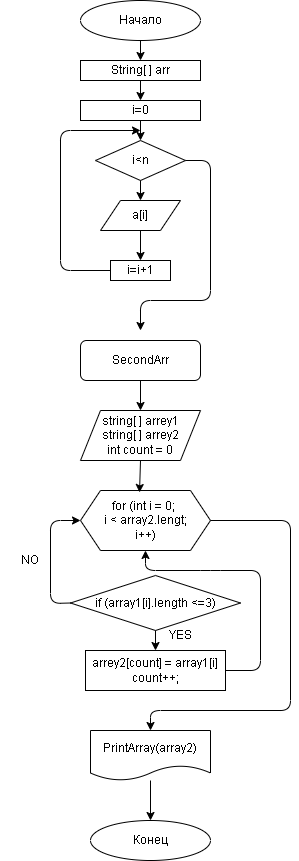
Earlier version of the draw.io export stringArray.drawio.png (RuslanSakaev/FINALTASK). Source tidied: cells renumbered, new cells last; positions are measured from the earlier drawing's top-left corner, leaving out a move shared by most shapes. Its diagram source:
```xml
<mxGraphModel background="#ffffff">
  <root>
    <mxCell id="0" />
    <mxCell id="1" parent="0" />
    <mxCell id="2" style="ellipse;whiteSpace=wrap;html=1;gradientColor=#ffffff;fillColor=none;strokeColor=#000000;" parent="1" vertex="1">
      <mxGeometry x="80" width="120" height="40" as="geometry" />
    </mxCell>
    <mxCell id="3" value="&lt;font color=&quot;#000000&quot;&gt;Начало&lt;/font&gt;" style="text;html=1;strokeColor=none;fillColor=none;align=center;verticalAlign=middle;whiteSpace=wrap;rounded=0;" parent="1" vertex="1">
      <mxGeometry x="110" y="5" width="60" height="30" as="geometry" />
    </mxCell>
    <mxCell id="4" value="String[ ] arr" style="rounded=0;whiteSpace=wrap;html=1;fontColor=#000000;strokeColor=#000000;fillColor=none;gradientColor=#ffffff;" parent="1" vertex="1">
      <mxGeometry x="80" y="60" width="120" height="20" as="geometry" />
    </mxCell>
    <mxCell id="5" style="endArrow=classic;html=1;fontColor=#000000;strokeColor=#000000;exitX=0.5;exitY=1;exitDx=0;exitDy=0;entryX=0.5;entryY=0;entryDx=0;entryDy=0;" parent="1" edge="1" source="2" target="4">
      <mxGeometry relative="1" as="geometry" />
    </mxCell>
    <mxCell id="6" style="edgeStyle=none;html=1;exitX=0.5;exitY=1;exitDx=0;exitDy=0;entryX=0.5;entryY=0;entryDx=0;entryDy=0;fontColor=#000000;strokeColor=#000000;" parent="1" edge="1" source="7" target="13">
      <mxGeometry relative="1" as="geometry" />
    </mxCell>
    <mxCell id="7" value="i=0" style="rounded=0;whiteSpace=wrap;html=1;fontColor=#000000;strokeColor=#000000;fillColor=none;gradientColor=#ffffff;" parent="1" vertex="1">
      <mxGeometry x="80" y="100" width="120" height="20" as="geometry" />
    </mxCell>
    <mxCell id="8" style="endArrow=classic;html=1;fontColor=#000000;strokeColor=#000000;entryX=0.5;entryY=0;entryDx=0;entryDy=0;exitX=0.5;exitY=1;exitDx=0;exitDy=0;" parent="1" edge="1" source="4" target="7">
      <mxGeometry relative="1" as="geometry" />
    </mxCell>
    <mxCell id="9" style="edgeStyle=none;html=1;exitX=0.5;exitY=1;exitDx=0;exitDy=0;entryX=0.5;entryY=0;entryDx=0;entryDy=0;fontColor=#000000;strokeColor=#000000;" parent="1" edge="1" source="10" target="15">
      <mxGeometry relative="1" as="geometry" />
    </mxCell>
    <mxCell id="10" value="a[i]" style="shape=parallelogram;perimeter=parallelogramPerimeter;whiteSpace=wrap;html=1;fixedSize=1;fontColor=#000000;strokeColor=#000000;fillColor=none;gradientColor=#ffffff;" parent="1" vertex="1">
      <mxGeometry x="100" y="200" width="80" height="30" as="geometry" />
    </mxCell>
    <mxCell id="11" style="edgeStyle=none;html=1;exitX=0.5;exitY=1;exitDx=0;exitDy=0;entryX=0.5;entryY=0;entryDx=0;entryDy=0;fontColor=#000000;strokeColor=#000000;" parent="1" edge="1" source="13" target="10">
      <mxGeometry relative="1" as="geometry" />
    </mxCell>
    <mxCell id="12" style="edgeStyle=none;html=1;exitX=1;exitY=0.5;exitDx=0;exitDy=0;fontColor=#000000;strokeColor=#000000;" parent="1" edge="1" source="13">
      <mxGeometry relative="1" as="geometry">
        <mxPoint x="140" y="330" as="targetPoint" />
        <Array as="points">
          <mxPoint x="210" y="160" />
          <mxPoint x="210" y="300" />
          <mxPoint x="140" y="300" />
        </Array>
      </mxGeometry>
    </mxCell>
    <mxCell id="13" value="i&amp;lt;n" style="rhombus;whiteSpace=wrap;html=1;fontColor=#000000;strokeColor=#000000;fillColor=none;gradientColor=#ffffff;" parent="1" vertex="1">
      <mxGeometry x="95" y="140" width="90" height="40" as="geometry" />
    </mxCell>
    <mxCell id="14" style="edgeStyle=none;html=1;exitX=0;exitY=0.5;exitDx=0;exitDy=0;fontColor=#000000;strokeColor=#000000;" parent="1" edge="1" source="15">
      <mxGeometry relative="1" as="geometry">
        <mxPoint x="140" y="130" as="targetPoint" />
        <Array as="points">
          <mxPoint x="60" y="270" />
          <mxPoint x="60" y="130" />
        </Array>
      </mxGeometry>
    </mxCell>
    <mxCell id="15" value="i=i+1" style="rounded=0;whiteSpace=wrap;html=1;fontColor=#000000;strokeColor=#000000;fillColor=none;gradientColor=#ffffff;" parent="1" vertex="1">
      <mxGeometry x="110" y="260" width="60" height="20" as="geometry" />
    </mxCell>
    <mxCell id="16" style="edgeStyle=none;html=1;exitX=0.5;exitY=1;exitDx=0;exitDy=0;entryX=0.5;entryY=0;entryDx=0;entryDy=0;fontColor=#000000;strokeColor=#000000;" parent="1" edge="1" source="17" target="19">
      <mxGeometry relative="1" as="geometry" />
    </mxCell>
    <mxCell id="17" value="SecondArr" style="rounded=1;whiteSpace=wrap;html=1;fontColor=#000000;strokeColor=#000000;fillColor=none;gradientColor=#ffffff;" parent="1" vertex="1">
      <mxGeometry x="80" y="340" width="120" height="40" as="geometry" />
    </mxCell>
    <mxCell id="18" style="edgeStyle=none;html=1;exitX=0.5;exitY=1;exitDx=0;exitDy=0;entryX=0.454;entryY=0.033;entryDx=0;entryDy=0;entryPerimeter=0;fontColor=#000000;strokeColor=#000000;" parent="1" edge="1" source="19" target="21">
      <mxGeometry relative="1" as="geometry" />
    </mxCell>
    <mxCell id="19" value="string[ ] arrey1&lt;br&gt;string[ ] arrey2&lt;br&gt;int count = 0" style="shape=parallelogram;perimeter=parallelogramPerimeter;whiteSpace=wrap;html=1;fixedSize=1;fontColor=#000000;strokeColor=#000000;fillColor=none;gradientColor=#ffffff;" parent="1" vertex="1">
      <mxGeometry x="80" y="410" width="120" height="50" as="geometry" />
    </mxCell>
    <mxCell id="20" style="edgeStyle=none;html=1;exitX=1;exitY=0.5;exitDx=0;exitDy=0;fontColor=#000000;strokeColor=#000000;" parent="1" edge="1" source="21">
      <mxGeometry relative="1" as="geometry">
        <mxPoint x="150" y="730" as="targetPoint" />
        <Array as="points">
          <mxPoint x="290" y="520" />
          <mxPoint x="290" y="710" />
          <mxPoint x="150" y="710" />
        </Array>
      </mxGeometry>
    </mxCell>
    <mxCell id="21" value="for (int i = 0; &lt;br&gt;i &amp;lt; array2.lengt;&lt;br&gt;i++)" style="shape=hexagon;perimeter=hexagonPerimeter2;whiteSpace=wrap;html=1;fixedSize=1;fontColor=#000000;strokeColor=#000000;fillColor=none;gradientColor=#ffffff;" parent="1" vertex="1">
      <mxGeometry x="80" y="490" width="130" height="60" as="geometry" />
    </mxCell>
    <mxCell id="22" style="edgeStyle=none;html=1;exitX=0;exitY=0.5;exitDx=0;exitDy=0;fontColor=#000000;strokeColor=#000000;entryX=0;entryY=0.5;entryDx=0;entryDy=0;" parent="1" edge="1" source="24" target="21">
      <mxGeometry relative="1" as="geometry">
        <Array as="points">
          <mxPoint x="50" y="603" />
          <mxPoint x="50" y="520" />
        </Array>
      </mxGeometry>
    </mxCell>
    <mxCell id="23" style="edgeStyle=none;html=1;exitX=0.5;exitY=1;exitDx=0;exitDy=0;entryX=0.5;entryY=0;entryDx=0;entryDy=0;fontColor=#000000;strokeColor=#000000;" parent="1" edge="1" source="24" target="26">
      <mxGeometry relative="1" as="geometry" />
    </mxCell>
    <mxCell id="24" value="if (array1[i].length &amp;lt;=3)" style="rhombus;whiteSpace=wrap;html=1;fontColor=#000000;strokeColor=#000000;fillColor=none;gradientColor=#ffffff;" parent="1" vertex="1">
      <mxGeometry x="70" y="575" width="170" height="55" as="geometry" />
    </mxCell>
    <mxCell id="25" style="edgeStyle=none;html=1;exitX=1;exitY=0.5;exitDx=0;exitDy=0;fontColor=#000000;strokeColor=#000000;entryX=0.5;entryY=1;entryDx=0;entryDy=0;" parent="1" edge="1" source="26" target="21">
      <mxGeometry relative="1" as="geometry">
        <Array as="points">
          <mxPoint x="260" y="670" />
          <mxPoint x="260" y="570" />
          <mxPoint x="210" y="570" />
          <mxPoint x="145" y="570" />
        </Array>
      </mxGeometry>
    </mxCell>
    <mxCell id="26" value="arrey2[count] = array1[i]&lt;br&gt;count++;" style="rounded=0;whiteSpace=wrap;html=1;fontColor=#000000;strokeColor=#000000;fillColor=none;gradientColor=#ffffff;" parent="1" vertex="1">
      <mxGeometry x="85" y="650" width="140" height="40" as="geometry" />
    </mxCell>
    <mxCell id="27" value="NO" style="text;html=1;strokeColor=none;fillColor=none;align=center;verticalAlign=middle;whiteSpace=wrap;rounded=0;fontColor=#000000;" parent="1" vertex="1">
      <mxGeometry y="545" width="60" height="30" as="geometry" />
    </mxCell>
    <mxCell id="28" value="YES" style="text;html=1;strokeColor=none;fillColor=none;align=center;verticalAlign=middle;whiteSpace=wrap;rounded=0;fontColor=#000000;" parent="1" vertex="1">
      <mxGeometry x="150" y="620" width="60" height="30" as="geometry" />
    </mxCell>
    <mxCell id="29" style="edgeStyle=none;html=1;fontColor=#000000;strokeColor=#000000;" parent="1" edge="1" source="30">
      <mxGeometry relative="1" as="geometry">
        <mxPoint x="150" y="820" as="targetPoint" />
      </mxGeometry>
    </mxCell>
    <mxCell id="30" value="PrintArray(array2)" style="shape=document;whiteSpace=wrap;html=1;boundedLbl=1;fontColor=#000000;strokeColor=#000000;fillColor=none;gradientColor=#ffffff;" parent="1" vertex="1">
      <mxGeometry x="90" y="730" width="120" height="50" as="geometry" />
    </mxCell>
    <mxCell id="31" value="Конец" style="ellipse;whiteSpace=wrap;html=1;fontColor=#000000;strokeColor=#000000;fillColor=none;gradientColor=#ffffff;" parent="1" vertex="1">
      <mxGeometry x="90" y="820" width="120" height="40" as="geometry" />
    </mxCell>
  </root>
</mxGraphModel>
```
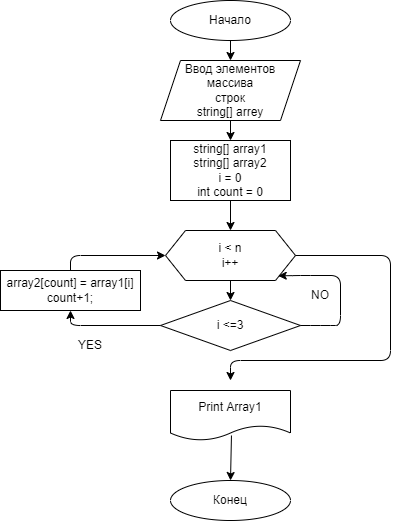
The same diagram one commit later.

Commit message:
Создал блок-схему

What changed in the source:
```diff
@@ -8,123 +8,81 @@
     <mxCell id="3" value="&lt;font color=&quot;#000000&quot;&gt;Начало&lt;/font&gt;" style="text;html=1;strokeColor=none;fillColor=none;align=center;verticalAlign=middle;whiteSpace=wrap;rounded=0;" parent="1" vertex="1">
       <mxGeometry x="110" y="5" width="60" height="30" as="geometry" />
     </mxCell>
-    <mxCell id="4" value="String[ ] arr" style="rounded=0;whiteSpace=wrap;html=1;fontColor=#000000;strokeColor=#000000;fillColor=none;gradientColor=#ffffff;" parent="1" vertex="1">
-      <mxGeometry x="80" y="60" width="120" height="20" as="geometry" />
-    </mxCell>
-    <mxCell id="5" style="endArrow=classic;html=1;fontColor=#000000;strokeColor=#000000;exitX=0.5;exitY=1;exitDx=0;exitDy=0;entryX=0.5;entryY=0;entryDx=0;entryDy=0;" parent="1" edge="1" source="2" target="4">
+    <mxCell id="5" style="endArrow=classic;html=1;fontColor=#000000;strokeColor=#000000;exitX=0.5;exitY=1;exitDx=0;exitDy=0;entryX=0.5;entryY=0;entryDx=0;entryDy=0;" parent="1" edge="1" source="2" target="37">
       <mxGeometry relative="1" as="geometry" />
     </mxCell>
-    <mxCell id="6" style="edgeStyle=none;html=1;exitX=0.5;exitY=1;exitDx=0;exitDy=0;entryX=0.5;entryY=0;entryDx=0;entryDy=0;fontColor=#000000;strokeColor=#000000;" parent="1" edge="1" source="7" target="13">
-      <mxGeometry relative="1" as="geometry" />
-    </mxCell>
-    <mxCell id="7" value="i=0" style="rounded=0;whiteSpace=wrap;html=1;fontColor=#000000;strokeColor=#000000;fillColor=none;gradientColor=#ffffff;" parent="1" vertex="1">
-      <mxGeometry x="80" y="100" width="120" height="20" as="geometry" />
-    </mxCell>
-    <mxCell id="8" style="endArrow=classic;html=1;fontColor=#000000;strokeColor=#000000;entryX=0.5;entryY=0;entryDx=0;entryDy=0;exitX=0.5;exitY=1;exitDx=0;exitDy=0;" parent="1" edge="1" source="4" target="7">
-      <mxGeometry relative="1" as="geometry" />
-    </mxCell>
-    <mxCell id="9" style="edgeStyle=none;html=1;exitX=0.5;exitY=1;exitDx=0;exitDy=0;entryX=0.5;entryY=0;entryDx=0;entryDy=0;fontColor=#000000;strokeColor=#000000;" parent="1" edge="1" source="10" target="15">
-      <mxGeometry relative="1" as="geometry" />
-    </mxCell>
-    <mxCell id="10" value="a[i]" style="shape=parallelogram;perimeter=parallelogramPerimeter;whiteSpace=wrap;html=1;fixedSize=1;fontColor=#000000;strokeColor=#000000;fillColor=none;gradientColor=#ffffff;" parent="1" vertex="1">
-      <mxGeometry x="100" y="200" width="80" height="30" as="geometry" />
-    </mxCell>
-    <mxCell id="11" style="edgeStyle=none;html=1;exitX=0.5;exitY=1;exitDx=0;exitDy=0;entryX=0.5;entryY=0;entryDx=0;entryDy=0;fontColor=#000000;strokeColor=#000000;" parent="1" edge="1" source="13" target="10">
-      <mxGeometry relative="1" as="geometry" />
-    </mxCell>
-    <mxCell id="12" style="edgeStyle=none;html=1;exitX=1;exitY=0.5;exitDx=0;exitDy=0;fontColor=#000000;strokeColor=#000000;" parent="1" edge="1" source="13">
-      <mxGeometry relative="1" as="geometry">
-        <mxPoint x="140" y="330" as="targetPoint" />
-        <Array as="points">
-          <mxPoint x="210" y="160" />
-          <mxPoint x="210" y="300" />
-          <mxPoint x="140" y="300" />
-        </Array>
-      </mxGeometry>
-    </mxCell>
-    <mxCell id="13" value="i&amp;lt;n" style="rhombus;whiteSpace=wrap;html=1;fontColor=#000000;strokeColor=#000000;fillColor=none;gradientColor=#ffffff;" parent="1" vertex="1">
-      <mxGeometry x="95" y="140" width="90" height="40" as="geometry" />
-    </mxCell>
-    <mxCell id="14" style="edgeStyle=none;html=1;exitX=0;exitY=0.5;exitDx=0;exitDy=0;fontColor=#000000;strokeColor=#000000;" parent="1" edge="1" source="15">
-      <mxGeometry relative="1" as="geometry">
-        <mxPoint x="140" y="130" as="targetPoint" />
-        <Array as="points">
-          <mxPoint x="60" y="270" />
-          <mxPoint x="60" y="130" />
-        </Array>
-      </mxGeometry>
-    </mxCell>
-    <mxCell id="15" value="i=i+1" style="rounded=0;whiteSpace=wrap;html=1;fontColor=#000000;strokeColor=#000000;fillColor=none;gradientColor=#ffffff;" parent="1" vertex="1">
-      <mxGeometry x="110" y="260" width="60" height="20" as="geometry" />
-    </mxCell>
-    <mxCell id="16" style="edgeStyle=none;html=1;exitX=0.5;exitY=1;exitDx=0;exitDy=0;entryX=0.5;entryY=0;entryDx=0;entryDy=0;fontColor=#000000;strokeColor=#000000;" parent="1" edge="1" source="17" target="19">
-      <mxGeometry relative="1" as="geometry" />
-    </mxCell>
-    <mxCell id="17" value="SecondArr" style="rounded=1;whiteSpace=wrap;html=1;fontColor=#000000;strokeColor=#000000;fillColor=none;gradientColor=#ffffff;" parent="1" vertex="1">
-      <mxGeometry x="80" y="340" width="120" height="40" as="geometry" />
-    </mxCell>
-    <mxCell id="18" style="edgeStyle=none;html=1;exitX=0.5;exitY=1;exitDx=0;exitDy=0;entryX=0.454;entryY=0.033;entryDx=0;entryDy=0;entryPerimeter=0;fontColor=#000000;strokeColor=#000000;" parent="1" edge="1" source="19" target="21">
-      <mxGeometry relative="1" as="geometry" />
-    </mxCell>
-    <mxCell id="19" value="string[ ] arrey1&lt;br&gt;string[ ] arrey2&lt;br&gt;int count = 0" style="shape=parallelogram;perimeter=parallelogramPerimeter;whiteSpace=wrap;html=1;fixedSize=1;fontColor=#000000;strokeColor=#000000;fillColor=none;gradientColor=#ffffff;" parent="1" vertex="1">
-      <mxGeometry x="80" y="410" width="120" height="50" as="geometry" />
-    </mxCell>
-    <mxCell id="20" style="edgeStyle=none;html=1;exitX=1;exitY=0.5;exitDx=0;exitDy=0;fontColor=#000000;strokeColor=#000000;" parent="1" edge="1" source="21">
-      <mxGeometry relative="1" as="geometry">
-        <mxPoint x="150" y="730" as="targetPoint" />
-        <Array as="points">
-          <mxPoint x="290" y="520" />
-          <mxPoint x="290" y="710" />
-          <mxPoint x="150" y="710" />
-        </Array>
-      </mxGeometry>
-    </mxCell>
+    <mxCell id="32" style="edgeStyle=none;html=1;exitX=0.5;exitY=1;exitDx=0;exitDy=0;fontColor=#000000;strokeColor=#000000;" parent="1" edge="1" source="21" target="24">
+      <mxGeometry relative="1" as="geometry" />
+    </mxCell>
+    <mxCell id="33" style="edgeStyle=none;html=1;exitX=1;exitY=0.5;exitDx=0;exitDy=0;fontColor=#000000;strokeColor=#000000;" parent="1" edge="1" source="21">
+      <mxGeometry relative="1" as="geometry">
+        <mxPoint x="140" y="380" as="targetPoint" />
+        <Array as="points">
+          <mxPoint x="300" y="255" />
+          <mxPoint x="300" y="360" />
+          <mxPoint x="140" y="360" />
+        </Array>
+      </mxGeometry>
+    </mxCell>
-    <mxCell id="21" value="for (int i = 0; &lt;br&gt;i &amp;lt; array2.lengt;&lt;br&gt;i++)" style="shape=hexagon;perimeter=hexagonPerimeter2;whiteSpace=wrap;html=1;fixedSize=1;fontColor=#000000;strokeColor=#000000;fillColor=none;gradientColor=#ffffff;" parent="1" vertex="1">
-      <mxGeometry x="80" y="490" width="130" height="60" as="geometry" />
+    <mxCell id="21" value="i &amp;lt; n&lt;br&gt;i++" style="shape=hexagon;perimeter=hexagonPerimeter2;whiteSpace=wrap;html=1;fixedSize=1;fontColor=#000000;strokeColor=#000000;fillColor=none;gradientColor=#ffffff;" parent="1" vertex="1">
+      <mxGeometry x="75" y="230" width="130" height="50" as="geometry" />
     </mxCell>
-    <mxCell id="22" style="edgeStyle=none;html=1;exitX=0;exitY=0.5;exitDx=0;exitDy=0;fontColor=#000000;strokeColor=#000000;entryX=0;entryY=0.5;entryDx=0;entryDy=0;" parent="1" edge="1" source="24" target="21">
+    <mxCell id="22" style="edgeStyle=none;html=1;fontColor=#000000;strokeColor=#000000;entryX=0.867;entryY=0.907;entryDx=0;entryDy=0;entryPerimeter=0;" parent="1" edge="1" source="24" target="21">
       <mxGeometry relative="1" as="geometry">
         <Array as="points">
-          <mxPoint x="50" y="603" />
-          <mxPoint x="50" y="520" />
+          <mxPoint x="230" y="325" />
+          <mxPoint x="250" y="325" />
+          <mxPoint x="250" y="275" />
+          <mxPoint x="210" y="275" />
         </Array>
       </mxGeometry>
     </mxCell>
-    <mxCell id="23" style="edgeStyle=none;html=1;exitX=0.5;exitY=1;exitDx=0;exitDy=0;entryX=0.5;entryY=0;entryDx=0;entryDy=0;fontColor=#000000;strokeColor=#000000;" parent="1" edge="1" source="24" target="26">
-      <mxGeometry relative="1" as="geometry" />
+    <mxCell id="23" style="edgeStyle=none;html=1;exitX=0;exitY=0.5;exitDx=0;exitDy=0;entryX=0.5;entryY=1;entryDx=0;entryDy=0;fontColor=#000000;strokeColor=#000000;" parent="1" edge="1" source="24" target="26">
+      <mxGeometry relative="1" as="geometry">
+        <Array as="points">
+          <mxPoint x="-20" y="325" />
+        </Array>
+      </mxGeometry>
     </mxCell>
-    <mxCell id="24" value="if (array1[i].length &amp;lt;=3)" style="rhombus;whiteSpace=wrap;html=1;fontColor=#000000;strokeColor=#000000;fillColor=none;gradientColor=#ffffff;" parent="1" vertex="1">
-      <mxGeometry x="70" y="575" width="170" height="55" as="geometry" />
+    <mxCell id="24" value="i &amp;lt;=3&lt;br&gt;" style="rhombus;whiteSpace=wrap;html=1;fontColor=#000000;strokeColor=#000000;fillColor=none;gradientColor=#ffffff;" parent="1" vertex="1">
+      <mxGeometry x="70" y="300" width="140" height="50" as="geometry" />
     </mxCell>
-    <mxCell id="25" style="edgeStyle=none;html=1;exitX=1;exitY=0.5;exitDx=0;exitDy=0;fontColor=#000000;strokeColor=#000000;entryX=0.5;entryY=1;entryDx=0;entryDy=0;" parent="1" edge="1" source="26" target="21">
+    <mxCell id="25" style="edgeStyle=none;html=1;exitX=0.5;exitY=0;exitDx=0;exitDy=0;fontColor=#000000;strokeColor=#000000;entryX=0;entryY=0.5;entryDx=0;entryDy=0;" parent="1" edge="1" source="26" target="21">
       <mxGeometry relative="1" as="geometry">
         <Array as="points">
-          <mxPoint x="260" y="670" />
-          <mxPoint x="260" y="570" />
-          <mxPoint x="210" y="570" />
-          <mxPoint x="145" y="570" />
+          <mxPoint x="-20" y="255" />
         </Array>
       </mxGeometry>
     </mxCell>
-    <mxCell id="26" value="arrey2[count] = array1[i]&lt;br&gt;count++;" style="rounded=0;whiteSpace=wrap;html=1;fontColor=#000000;strokeColor=#000000;fillColor=none;gradientColor=#ffffff;" parent="1" vertex="1">
-      <mxGeometry x="85" y="650" width="140" height="40" as="geometry" />
+    <mxCell id="26" value="array2[count] = array1[i]&lt;br&gt;count+1;" style="rounded=0;whiteSpace=wrap;html=1;fontColor=#000000;strokeColor=#000000;fillColor=none;gradientColor=#ffffff;" parent="1" vertex="1">
+      <mxGeometry x="-90" y="270" width="140" height="40" as="geometry" />
     </mxCell>
     <mxCell id="27" value="NO" style="text;html=1;strokeColor=none;fillColor=none;align=center;verticalAlign=middle;whiteSpace=wrap;rounded=0;fontColor=#000000;" parent="1" vertex="1">
-      <mxGeometry y="545" width="60" height="30" as="geometry" />
+      <mxGeometry x="200" y="280" width="60" height="30" as="geometry" />
     </mxCell>
     <mxCell id="28" value="YES" style="text;html=1;strokeColor=none;fillColor=none;align=center;verticalAlign=middle;whiteSpace=wrap;rounded=0;fontColor=#000000;" parent="1" vertex="1">
-      <mxGeometry x="150" y="620" width="60" height="30" as="geometry" />
+      <mxGeometry x="-30" y="330" width="60" height="30" as="geometry" />
     </mxCell>
-    <mxCell id="29" style="edgeStyle=none;html=1;fontColor=#000000;strokeColor=#000000;" parent="1" edge="1" source="30">
-      <mxGeometry relative="1" as="geometry">
-        <mxPoint x="150" y="820" as="targetPoint" />
-      </mxGeometry>
+    <mxCell id="29" style="edgeStyle=none;html=1;fontColor=#000000;strokeColor=#000000;exitX=0.508;exitY=0.9;exitDx=0;exitDy=0;exitPerimeter=0;entryX=0.5;entryY=0;entryDx=0;entryDy=0;" parent="1" edge="1" source="30" target="31">
+      <mxGeometry relative="1" as="geometry" />
     </mxCell>
-    <mxCell id="30" value="PrintArray(array2)" style="shape=document;whiteSpace=wrap;html=1;boundedLbl=1;fontColor=#000000;strokeColor=#000000;fillColor=none;gradientColor=#ffffff;" parent="1" vertex="1">
-      <mxGeometry x="90" y="730" width="120" height="50" as="geometry" />
+    <mxCell id="30" value="Print Array1" style="shape=document;whiteSpace=wrap;html=1;boundedLbl=1;fontColor=#000000;strokeColor=#000000;fillColor=none;gradientColor=#ffffff;" parent="1" vertex="1">
+      <mxGeometry x="80" y="390" width="120" height="50" as="geometry" />
     </mxCell>
     <mxCell id="31" value="Конец" style="ellipse;whiteSpace=wrap;html=1;fontColor=#000000;strokeColor=#000000;fillColor=none;gradientColor=#ffffff;" parent="1" vertex="1">
-      <mxGeometry x="90" y="820" width="120" height="40" as="geometry" />
+      <mxGeometry x="80" y="480" width="120" height="40" as="geometry" />
     </mxCell>
+    <mxCell id="34" style="edgeStyle=none;html=1;exitX=0.5;exitY=1;exitDx=0;exitDy=0;strokeColor=#000000;entryX=0.5;entryY=0;entryDx=0;entryDy=0;" parent="1" edge="1" source="37" target="36">
+      <mxGeometry relative="1" as="geometry" />
+    </mxCell>
+    <mxCell id="35" style="edgeStyle=none;html=1;exitX=0.5;exitY=1;exitDx=0;exitDy=0;entryX=0.5;entryY=0;entryDx=0;entryDy=0;fontColor=#000000;strokeColor=#000000;" parent="1" edge="1" source="36" target="21">
+      <mxGeometry relative="1" as="geometry" />
+    </mxCell>
+    <mxCell id="36" value="&lt;font color=&quot;#000000&quot;&gt;string[] array1&lt;br&gt;string[] array2&lt;br&gt;i = 0&lt;br&gt;int count = 0&lt;br&gt;&lt;/font&gt;" style="rounded=0;whiteSpace=wrap;html=1;fillColor=none;strokeColor=#000000;" parent="1" vertex="1">
+      <mxGeometry x="80" y="140" width="120" height="60" as="geometry" />
+    </mxCell>
+    <mxCell id="37" value="&lt;font color=&quot;#000000&quot;&gt;Ввод элементов массива&lt;br&gt;строк&lt;br&gt;string[] arrey&lt;br&gt;&lt;/font&gt;" style="shape=parallelogram;perimeter=parallelogramPerimeter;whiteSpace=wrap;html=1;fixedSize=1;strokeColor=#000000;fillColor=none;" parent="1" vertex="1">
+      <mxGeometry x="70" y="60" width="140" height="60" as="geometry" />
+    </mxCell>
   </root>
 </mxGraphModel>
```
